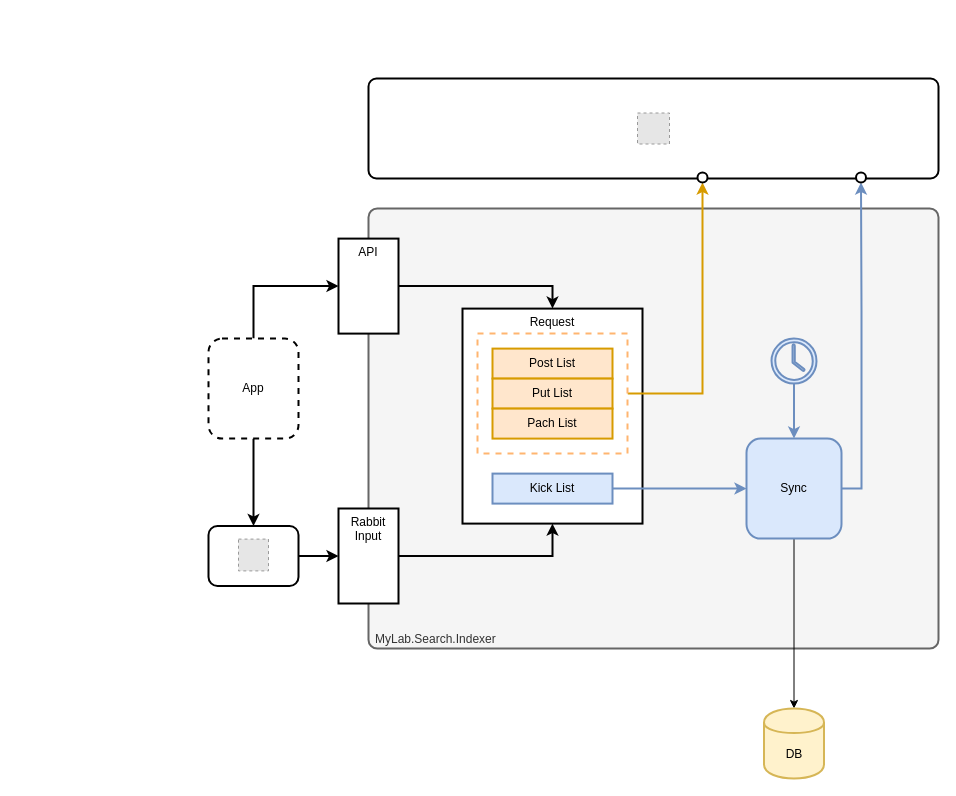
This is doс/mylab-search-index.drawio from mylab-search-framework/indexer, a draw.io file, before an edit. Source tidied: cells renumbered, new cells numbered last; positions are measured from the earlier drawing's top-left corner, leaving out a move shared by most shapes. Both pictures are drawn from the tidied source at 100%, with x=0, y=0 at pixel (208, 78). Pictures stored in the file or linked from it are replaced by grey dashed boxes.
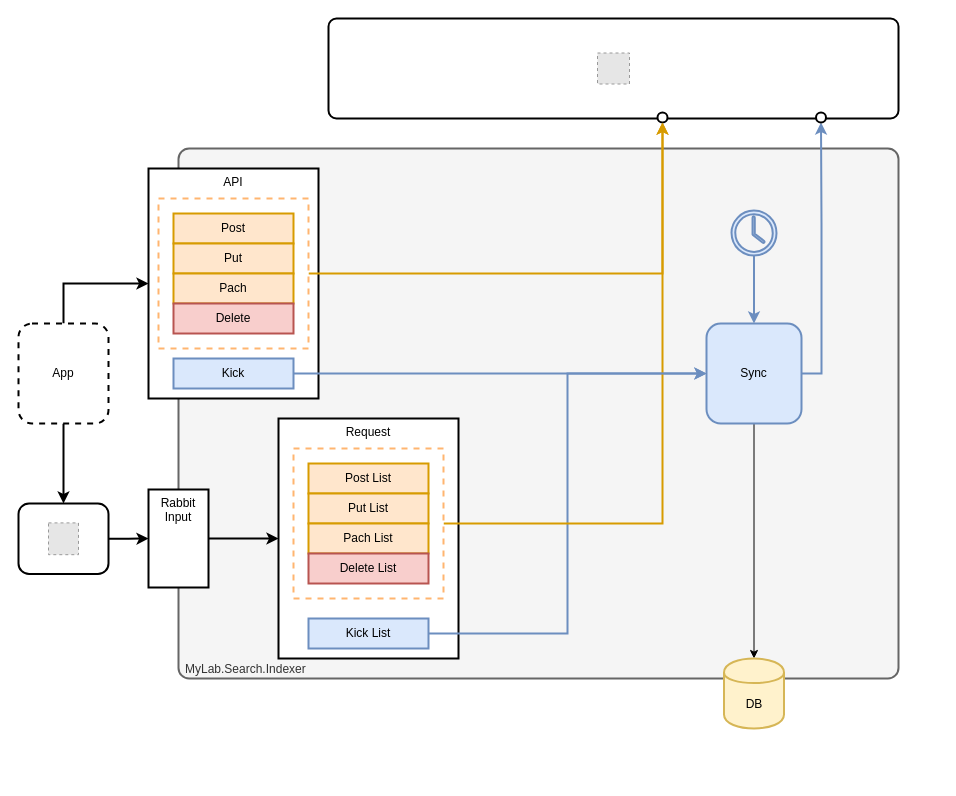
After the change.

Change to the diagram source:
```diff
@@
     <mxCell id="2" value="MyLab.Search.Indexer" style="rounded=1;whiteSpace=wrap;html=1;strokeWidth=2;verticalAlign=bottom;arcSize=2;align=left;spacingLeft=5;fillColor=#f5f5f5;strokeColor=#666666;fontColor=#333333;" parent="1" vertex="1">
-      <mxGeometry x="160" y="130" width="570" height="440" as="geometry" />
+      <mxGeometry x="-30" y="70" width="720" height="530" as="geometry" />
     </mxCell>
@@
     <mxCell id="4" style="rounded=1;whiteSpace=wrap;html=1;spacingLeft=32;strokeWidth=2;" parent="1" vertex="1">
-      <mxGeometry y="447.5" width="90" height="60" as="geometry" />
+      <mxGeometry x="-190" y="425" width="90" height="70.5" as="geometry" />
     </mxCell>
     <mxCell id="5" style="fillColor=#E6E6E6;strokeColor=#999999;dashed=1;" parent="1" vertex="1">
-      <mxGeometry x="30" y="460.6" width="30" height="31.8" as="geometry" />
+      <mxGeometry x="-160" y="444.4" width="30" height="31.8" as="geometry" />
     </mxCell>
@@
     <mxCell id="8" value="App" style="rounded=1;whiteSpace=wrap;html=1;dashed=1;strokeWidth=2;" parent="1" vertex="1">
-      <mxGeometry y="260.1" width="90" height="100" as="geometry" />
+      <mxGeometry x="-190" y="245" width="90" height="100" as="geometry" />
     </mxCell>
@@
     <mxCell id="11" value="Sync" style="rounded=1;whiteSpace=wrap;html=1;strokeWidth=2;fillColor=#dae8fc;strokeColor=#6c8ebf;" parent="1" vertex="1">
-      <mxGeometry x="538" y="360.1" width="95" height="100" as="geometry" />
+      <mxGeometry x="498" y="245" width="95" height="100" as="geometry" />
     </mxCell>
     <mxCell id="12" value="DB" style="shape=cylinder;whiteSpace=wrap;html=1;boundedLbl=1;backgroundOutline=1;fillColor=#fff2cc;strokeColor=#d6b656;strokeWidth=2;" parent="1" vertex="1">
-      <mxGeometry x="555.5" y="630" width="60" height="70" as="geometry" />
+      <mxGeometry x="515.5" y="580" width="60" height="70" as="geometry" />
     </mxCell>
@@
     <mxCell id="14" style="shadow=0;dashed=0;html=1;strokeColor=#6c8ebf;fillColor=#dae8fc;labelPosition=center;verticalLabelPosition=bottom;verticalAlign=top;outlineConnect=0;align=center;shape=mxgraph.office.concepts.clock;strokeWidth=2;" parent="1" vertex="1">
-      <mxGeometry x="563" y="260.1" width="45" height="45" as="geometry" />
+      <mxGeometry x="523" y="132.1" width="45" height="45" as="geometry" />
     </mxCell>
     <mxCell id="15" style="rounded=1;whiteSpace=wrap;html=1;spacingLeft=32;arcSize=8;strokeWidth=2;" parent="1" vertex="1">
-      <mxGeometry x="160" width="570" height="100" as="geometry" />
+      <mxGeometry x="120" y="-60" width="570" height="100" as="geometry" />
     </mxCell>
     <mxCell id="16" style="fillColor=#E6E6E6;strokeColor=#999999;dashed=1;" parent="1" vertex="1">
-      <mxGeometry x="429" y="34.5" width="32" height="31" as="geometry" />
+      <mxGeometry x="389" y="-25.5" width="32" height="31" as="geometry" />
     </mxCell>
-    <mxCell id="17" style="edgeStyle=orthogonalEdgeStyle;rounded=0;jettySize=auto;html=1;entryX=0.5;entryY=0;entryDx=0;entryDy=0;strokeColor=#000000;strokeWidth=2;fontColor=#000000;" parent="1" edge="1" source="18" target="20">
-      <mxGeometry relative="1" as="geometry" />
-    </mxCell>
     <mxCell id="18" value="API" style="rounded=0;whiteSpace=wrap;html=1;strokeWidth=2;verticalAlign=top;align=center;spacingLeft=0;" parent="1" vertex="1">
-      <mxGeometry x="130" y="160.1" width="60" height="95" as="geometry" />
+      <mxGeometry x="-60" y="90" width="170" height="230" as="geometry" />
     </mxCell>
-    <mxCell id="19" style="edgeStyle=orthogonalEdgeStyle;rounded=0;orthogonalLoop=1;jettySize=auto;html=1;exitX=0.5;exitY=1;exitDx=0;exitDy=0;" parent="1" edge="1" source="8" target="8">
-      <mxGeometry relative="1" as="geometry" />
+    <mxCell id="19" style="edgeStyle=orthogonalEdgeStyle;rounded=0;orthogonalLoop=1;jettySize=auto;html=1;exitX=0.5;exitY=1;exitDx=0;exitDy=0;" parent="1" edge="1">
+      <mxGeometry relative="1" as="geometry">
+        <mxPoint x="-145" y="382.3" as="sourcePoint" />
+        <mxPoint x="-145" y="382.3" as="targetPoint" />
+      </mxGeometry>
     </mxCell>
     <mxCell id="20" value="Request" style="rounded=0;whiteSpace=wrap;html=1;strokeWidth=2;verticalAlign=top;" parent="1" vertex="1">
-      <mxGeometry x="254" y="230.1" width="180" height="215" as="geometry" />
+      <mxGeometry x="70" y="340" width="180" height="240" as="geometry" />
     </mxCell>
@@
     <mxCell id="22" value="Kick List" style="rounded=0;whiteSpace=wrap;html=1;strokeWidth=2;fillColor=#dae8fc;strokeColor=#6c8ebf;" parent="1" vertex="1">
-      <mxGeometry x="284" y="395.1" width="120" height="30" as="geometry" />
+      <mxGeometry x="100" y="540" width="120" height="30" as="geometry" />
     </mxCell>
@@
     <mxCell id="24" style="rounded=0;whiteSpace=wrap;html=1;strokeWidth=2;fontColor=#000000;align=left;dashed=1;strokeColor=#FFB570;" parent="1" vertex="1">
-      <mxGeometry x="269" y="255.1" width="150" height="120" as="geometry" />
+      <mxGeometry x="85" y="370" width="150" height="150" as="geometry" />
     </mxCell>
     <mxCell id="25" value="Post List" style="rounded=0;whiteSpace=wrap;html=1;strokeWidth=2;fillColor=#ffe6cc;strokeColor=#d79b00;" parent="1" vertex="1">
-      <mxGeometry x="284" y="270.1" width="120" height="30" as="geometry" />
+      <mxGeometry x="100" y="385" width="120" height="30" as="geometry" />
     </mxCell>
     <mxCell id="26" value="Put List" style="rounded=0;whiteSpace=wrap;html=1;strokeWidth=2;fillColor=#ffe6cc;strokeColor=#d79b00;" parent="1" vertex="1">
-      <mxGeometry x="284" y="300.1" width="120" height="30" as="geometry" />
+      <mxGeometry x="100" y="415" width="120" height="30" as="geometry" />
     </mxCell>
     <mxCell id="27" value="Pach List" style="rounded=0;whiteSpace=wrap;html=1;strokeWidth=2;fillColor=#ffe6cc;strokeColor=#d79b00;" parent="1" vertex="1">
-      <mxGeometry x="284" y="330.1" width="120" height="30" as="geometry" />
+      <mxGeometry x="100" y="445" width="120" height="30" as="geometry" />
     </mxCell>
-    <mxCell id="28" style="edgeStyle=orthogonalEdgeStyle;rounded=0;jettySize=auto;html=1;entryX=0.5;entryY=1;entryDx=0;entryDy=0;strokeColor=#000000;strokeWidth=2;fontColor=#000000;" parent="1" edge="1" source="29" target="20">
+    <mxCell id="28" style="edgeStyle=orthogonalEdgeStyle;rounded=0;jettySize=auto;html=1;entryX=0;entryY=0.5;entryDx=0;entryDy=0;strokeColor=#000000;strokeWidth=2;fontColor=#000000;" parent="1" edge="1" source="29" target="20">
       <mxGeometry relative="1" as="geometry" />
     </mxCell>
     <mxCell id="29" value="Rabbit Input" style="rounded=0;whiteSpace=wrap;html=1;strokeWidth=2;verticalAlign=top;align=center;spacingLeft=0;" parent="1" vertex="1">
-      <mxGeometry x="130" y="430" width="60" height="95" as="geometry" />
+      <mxGeometry x="-60" y="411" width="60" height="98" as="geometry" />
     </mxCell>
     <mxCell id="30" style="ellipse;whiteSpace=wrap;html=1;strokeColor=#000000;strokeWidth=2;fontColor=#000000;align=center;" parent="1" vertex="1">
-      <mxGeometry x="489" y="94" width="10" height="10" as="geometry" />
+      <mxGeometry x="449" y="34" width="10" height="10" as="geometry" />
     </mxCell>
     <mxCell id="31" style="ellipse;whiteSpace=wrap;html=1;strokeColor=#000000;strokeWidth=2;fontColor=#000000;align=center;" parent="1" vertex="1">
-      <mxGeometry x="647.5" y="94" width="10" height="10" as="geometry" />
+      <mxGeometry x="607.5" y="34" width="10" height="10" as="geometry" />
     </mxCell>
+    <mxCell id="32" style="edgeStyle=orthogonalEdgeStyle;rounded=0;jettySize=auto;html=1;exitX=1;exitY=0.5;exitDx=0;exitDy=0;entryX=0.5;entryY=1;entryDx=0;entryDy=0;strokeWidth=2;fillColor=#ffe6cc;strokeColor=#d79b00;" parent="1" edge="1" source="33" target="30">
+      <mxGeometry relative="1" as="geometry" />
+    </mxCell>
+    <mxCell id="33" style="rounded=0;whiteSpace=wrap;html=1;strokeWidth=2;fontColor=#000000;align=left;dashed=1;strokeColor=#FFB570;" parent="1" vertex="1">
+      <mxGeometry x="-50" y="120" width="150" height="150" as="geometry" />
+    </mxCell>
+    <mxCell id="34" value="Post" style="rounded=0;whiteSpace=wrap;html=1;strokeWidth=2;fillColor=#ffe6cc;strokeColor=#d79b00;" parent="1" vertex="1">
+      <mxGeometry x="-35" y="135" width="120" height="30" as="geometry" />
+    </mxCell>
+    <mxCell id="35" value="Put" style="rounded=0;whiteSpace=wrap;html=1;strokeWidth=2;fillColor=#ffe6cc;strokeColor=#d79b00;" parent="1" vertex="1">
+      <mxGeometry x="-35" y="165" width="120" height="30" as="geometry" />
+    </mxCell>
+    <mxCell id="36" value="Pach" style="rounded=0;whiteSpace=wrap;html=1;strokeWidth=2;fillColor=#ffe6cc;strokeColor=#d79b00;" parent="1" vertex="1">
+      <mxGeometry x="-35" y="195" width="120" height="30" as="geometry" />
+    </mxCell>
+    <mxCell id="37" style="edgeStyle=orthogonalEdgeStyle;rounded=0;jettySize=auto;html=1;entryX=0;entryY=0.5;entryDx=0;entryDy=0;fillColor=#dae8fc;strokeColor=#6c8ebf;strokeWidth=2;" parent="1" edge="1" source="38" target="11">
+      <mxGeometry relative="1" as="geometry" />
+    </mxCell>
+    <mxCell id="38" value="Kick" style="rounded=0;whiteSpace=wrap;html=1;strokeWidth=2;fillColor=#dae8fc;strokeColor=#6c8ebf;" parent="1" vertex="1">
+      <mxGeometry x="-35" y="280" width="120" height="30" as="geometry" />
+    </mxCell>
+    <mxCell id="39" value="Delete List" style="rounded=0;whiteSpace=wrap;html=1;strokeWidth=2;fillColor=#f8cecc;strokeColor=#b85450;" parent="1" vertex="1">
+      <mxGeometry x="100" y="475" width="120" height="30" as="geometry" />
+    </mxCell>
+    <mxCell id="40" value="Delete" style="rounded=0;whiteSpace=wrap;html=1;strokeWidth=2;fillColor=#f8cecc;strokeColor=#b85450;" parent="1" vertex="1">
+      <mxGeometry x="-35" y="225" width="120" height="30" as="geometry" />
+    </mxCell>
```
